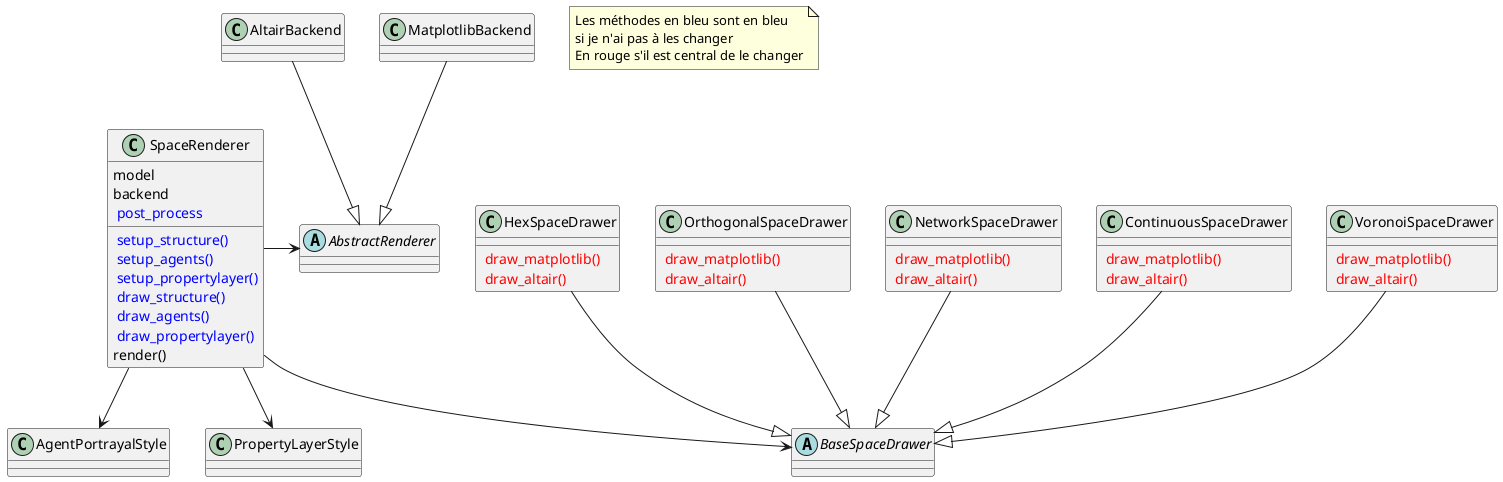
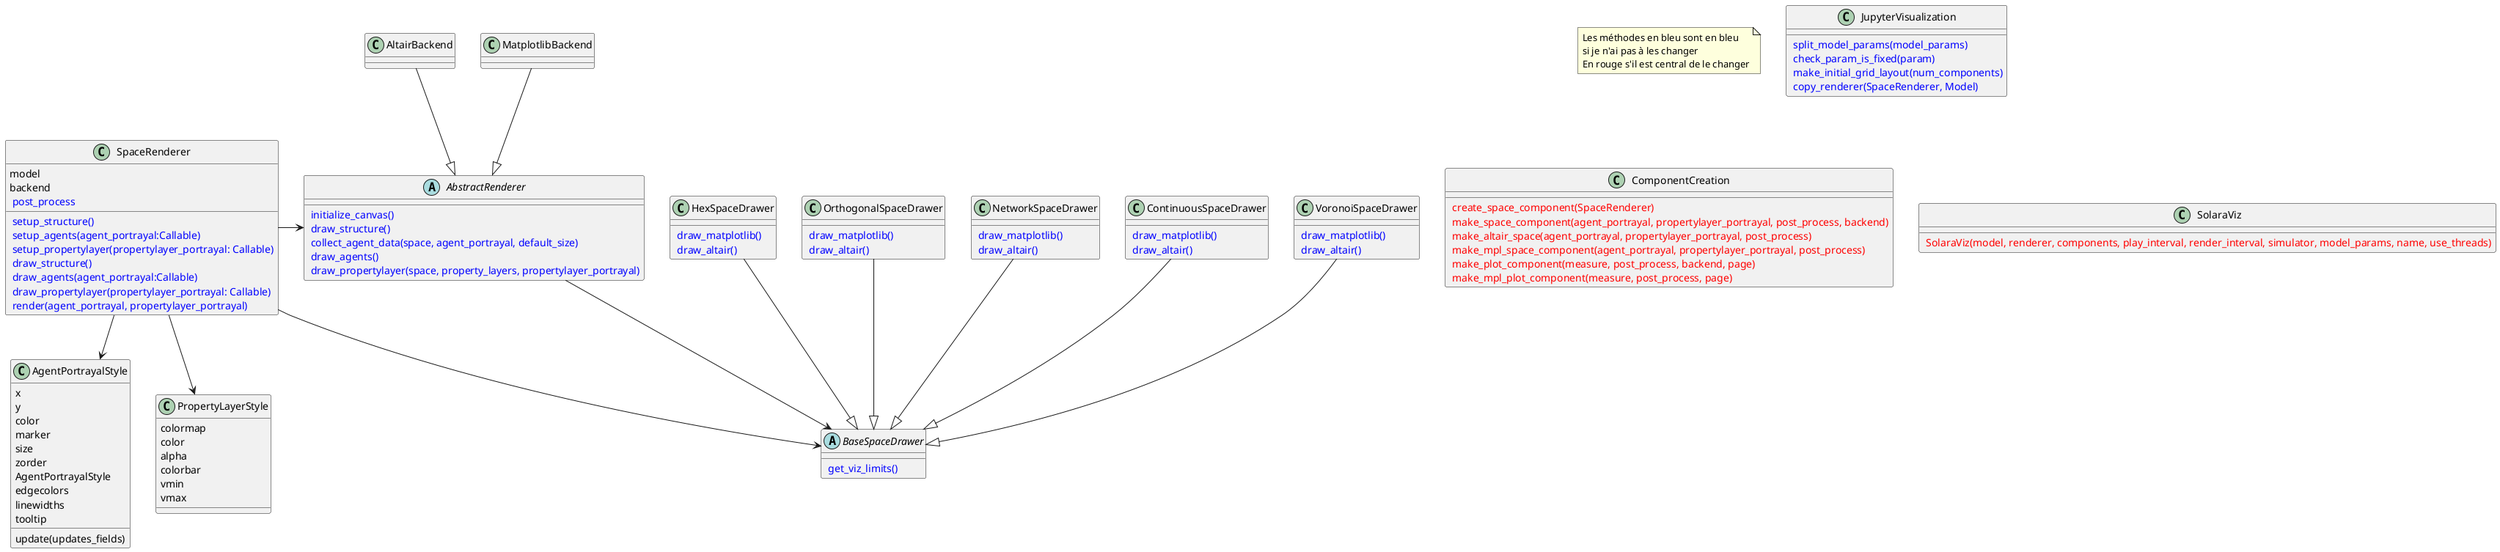
@startuml
note "Les méthodes en bleu sont en bleu\nsi je n'ai pas à les changer\nEn rouge s'il est central de le changer" as N1

abstract class AbstractRenderer
+ AbstractRenderer : <color:blue> initialize_canvas()
+ AbstractRenderer : <color:blue> draw_structure()
+ AbstractRenderer : <color:blue> collect_agent_data(space, agent_portrayal, default_size)
+ AbstractRenderer : <color:blue> draw_agents()
+ AbstractRenderer : <color:blue> draw_propertylayer(space, property_layers, propertylayer_portrayal)
+ 

class AltairBackend

class MatplotlibBackend

AltairBackend --|> AbstractRenderer
MatplotlibBackend --|> AbstractRenderer

class AgentPortrayalStyle
+ AgentPortrayalStyle : x
+ AgentPortrayalStyle : y
+ AgentPortrayalStyle : color
+ AgentPortrayalStyle : marker
+ AgentPortrayalStyle : size
+ AgentPortrayalStyle : zorder
+ AgentPortrayalStyle : AgentPortrayalStyle
+ AgentPortrayalStyle : edgecolors
+ AgentPortrayalStyle : linewidths
+ AgentPortrayalStyle : tooltip
+ AgentPortrayalStyle : update(updates_fields)
+ 
class PropertyLayerStyle
+ PropertyLayerStyle : colormap
+ PropertyLayerStyle : color
+ PropertyLayerStyle : alpha
+ PropertyLayerStyle : colorbar
+ PropertyLayerStyle : vmin
+ PropertyLayerStyle : vmax

SpaceRenderer --> AgentPortrayalStyle
SpaceRenderer --> PropertyLayerStyle

abstract class BaseSpaceDrawer
+ BaseSpaceDrawer : <color:blue> get_viz_limits()
+ 
+ AbstractRenderer --> BaseSpaceDrawer
+ 
class HexSpaceDrawer
class OrthogonalSpaceDrawer
class NetworkSpaceDrawer
class ContinuousSpaceDrawer
class VoronoiSpaceDrawer

- HexSpaceDrawer : <color:red> draw_matplotlib()
- HexSpaceDrawer : <color:red> draw_altair()
- OrthogonalSpaceDrawer : <color:red> draw_matplotlib()
- OrthogonalSpaceDrawer : <color:red> draw_altair()
- NetworkSpaceDrawer : <color:red> draw_matplotlib()
- NetworkSpaceDrawer : <color:red> draw_altair()
- ContinuousSpaceDrawer : <color:red> draw_matplotlib()
- ContinuousSpaceDrawer : <color:red> draw_altair()
- VoronoiSpaceDrawer : <color:red> draw_matplotlib()
- VoronoiSpaceDrawer : <color:red> draw_altair()
+ HexSpaceDrawer : <color:blue> draw_matplotlib()
+ HexSpaceDrawer : <color:blue> draw_altair()
+ OrthogonalSpaceDrawer : <color:blue> draw_matplotlib()
+ OrthogonalSpaceDrawer : <color:blue> draw_altair()
+ NetworkSpaceDrawer : <color:blue> draw_matplotlib()
+ NetworkSpaceDrawer : <color:blue> draw_altair()
+ ContinuousSpaceDrawer : <color:blue> draw_matplotlib()
+ ContinuousSpaceDrawer : <color:blue> draw_altair()
+ VoronoiSpaceDrawer : <color:blue> draw_matplotlib()
+ VoronoiSpaceDrawer : <color:blue> draw_altair()

HexSpaceDrawer --|> BaseSpaceDrawer
OrthogonalSpaceDrawer --|> BaseSpaceDrawer
NetworkSpaceDrawer --|> BaseSpaceDrawer
ContinuousSpaceDrawer --|> BaseSpaceDrawer
VoronoiSpaceDrawer --|> BaseSpaceDrawer

class SpaceRenderer
- 
SpaceRenderer : model
SpaceRenderer : backend
SpaceRenderer : <color:blue> setup_structure()
- SpaceRenderer : <color:blue> setup_agents()
- SpaceRenderer : <color:blue> setup_propertylayer()
+ SpaceRenderer : <color:blue> setup_agents(agent_portrayal:Callable)
+ SpaceRenderer : <color:blue> setup_propertylayer(propertylayer_portrayal: Callable)
SpaceRenderer : <color:blue> draw_structure()
- SpaceRenderer : <color:blue> draw_agents()
- SpaceRenderer : <color:blue> draw_propertylayer()
- SpaceRenderer : render()
+ SpaceRenderer : <color:blue> draw_agents(agent_portrayal:Callable)
+ SpaceRenderer : <color:blue> draw_propertylayer(propertylayer_portrayal: Callable)
+ SpaceRenderer : <color:blue> render(agent_portrayal, propertylayer_portrayal)
SpaceRenderer : <color:blue> post_process

SpaceRenderer -> AbstractRenderer
SpaceRenderer --> BaseSpaceDrawer
+ 
+ 
+ 
+ class JupyterVisualization
+ JupyterVisualization : <color:blue> split_model_params(model_params)
+ JupyterVisualization : <color:blue> check_param_is_fixed(param)
+ JupyterVisualization : <color:blue> make_initial_grid_layout(num_components)
+ JupyterVisualization : <color:blue> copy_renderer(SpaceRenderer, Model)
+ 
+ 
+ class ComponentCreation
+ ComponentCreation : <color:red> create_space_component(SpaceRenderer)
+ ComponentCreation : <color:red> make_space_component(agent_portrayal, propertylayer_portrayal, post_process, backend)
+ ComponentCreation : <color:red> make_altair_space(agent_portrayal, propertylayer_portrayal, post_process)
+ ComponentCreation : <color:red> make_mpl_space_component(agent_portrayal, propertylayer_portrayal, post_process)
+ ComponentCreation : <color:red> make_plot_component(measure, post_process, backend, page)
+ ComponentCreation : <color:red> make_mpl_plot_component(measure, post_process, page)
+ 
+ class SolaraViz
+ SolaraViz : <color:red> SolaraViz(model, renderer, components, play_interval, render_interval, simulator, model_params, name, use_threads)
+ 
+ 
@enduml